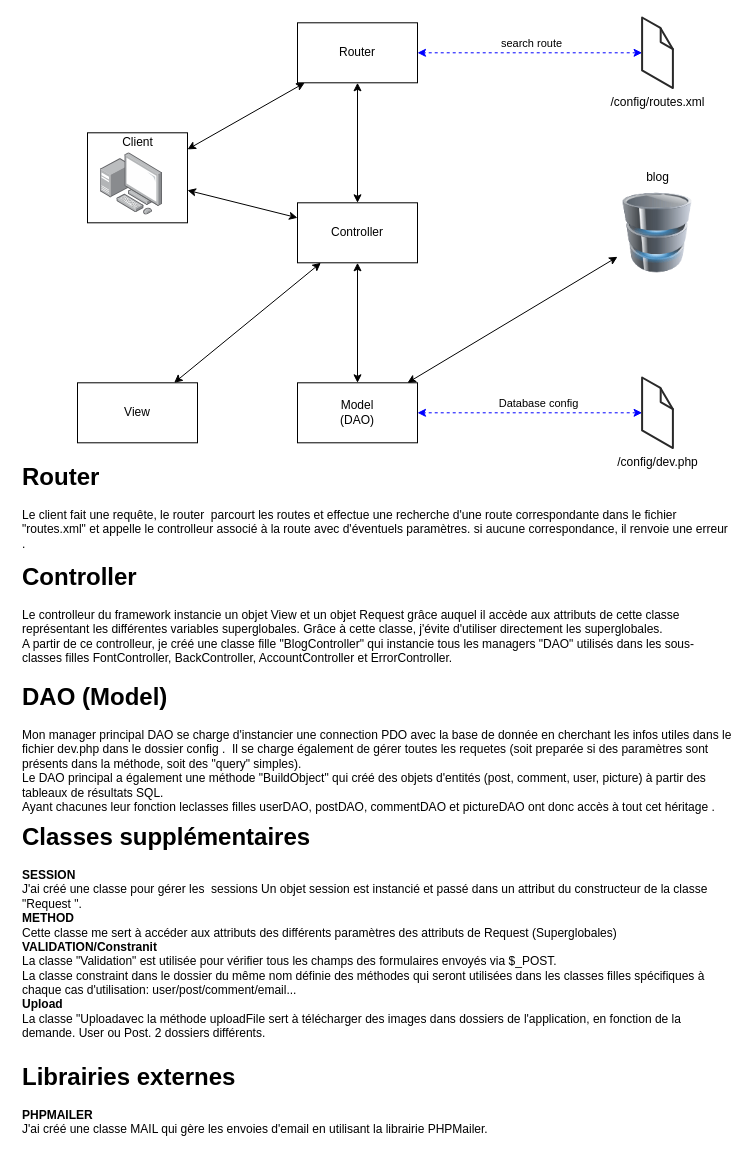
JgPhil/Blog keeps this draw.io diagram as Cadrage/Architecture.drawio. Above is the earlier version. Source tidied: cells renumbered, new cells numbered last; positions are measured from the earlier drawing's top-left corner, leaving out a move shared by most shapes. Both pictures are drawn from the tidied source at 100%, with x=0, y=0 at pixel (17, 17).
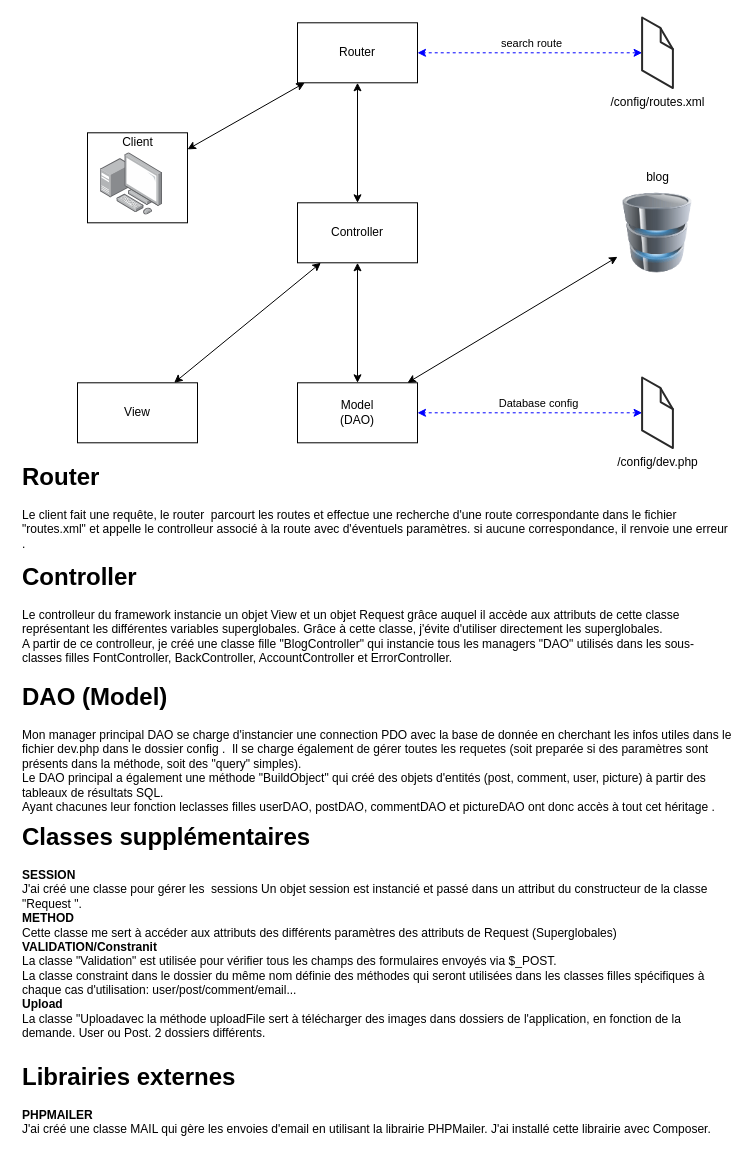
Above is the later version.

The change refers to these unchanged cells:
```xml
<mxCell id="2" style="rounded=0;whiteSpace=wrap;html=1;" parent="1" vertex="1">
  <mxGeometry x="70" y="115.3" width="100" height="90" as="geometry" />
</mxCell>
<mxCell id="4" value="Controller" style="rounded=0;whiteSpace=wrap;html=1;" parent="1" vertex="1">
  <mxGeometry x="280" y="185.3" width="120" height="60" as="geometry" />
</mxCell>
```

The edit, as a diff of the source:
```diff
@@
-    <mxCell id="13" style="endArrow=classic;startArrow=classic;html=1;" parent="1" edge="1" source="4" target="2">
-      <mxGeometry relative="1" as="geometry" />
-    </mxCell>
@@
-    <mxCell id="27" value="&lt;h1&gt;Librairies externes&lt;/h1&gt;&lt;div&gt;&lt;b&gt;PHPMAILER&lt;/b&gt;&lt;/div&gt;&lt;div&gt;J'ai créé une classe MAIL qui gère les envoies d'email en utilisant la librairie PHPMailer.&lt;/div&gt;&lt;div&gt;&lt;br&gt;&lt;/div&gt;&lt;div&gt;&lt;br&gt;&lt;/div&gt;" style="text;html=1;strokeColor=none;fillColor=none;spacing=5;spacingTop=-20;whiteSpace=wrap;overflow=hidden;rounded=0;" parent="1" vertex="1">
+    <mxCell id="27" value="&lt;h1&gt;Librairies externes&lt;/h1&gt;&lt;div&gt;&lt;b&gt;PHPMAILER&lt;/b&gt;&lt;/div&gt;&lt;div&gt;J'ai créé une classe MAIL qui gère les envoies d'email en utilisant la librairie PHPMailer. J'ai installé cette librairie avec Composer.&lt;/div&gt;&lt;div&gt;&lt;br&gt;&lt;/div&gt;&lt;div&gt;&lt;br&gt;&lt;/div&gt;" style="text;html=1;strokeColor=none;fillColor=none;spacing=5;spacingTop=-20;whiteSpace=wrap;overflow=hidden;rounded=0;" parent="1" vertex="1">
       <mxGeometry y="1040" width="720" height="100" as="geometry" />
     </mxCell>
```
